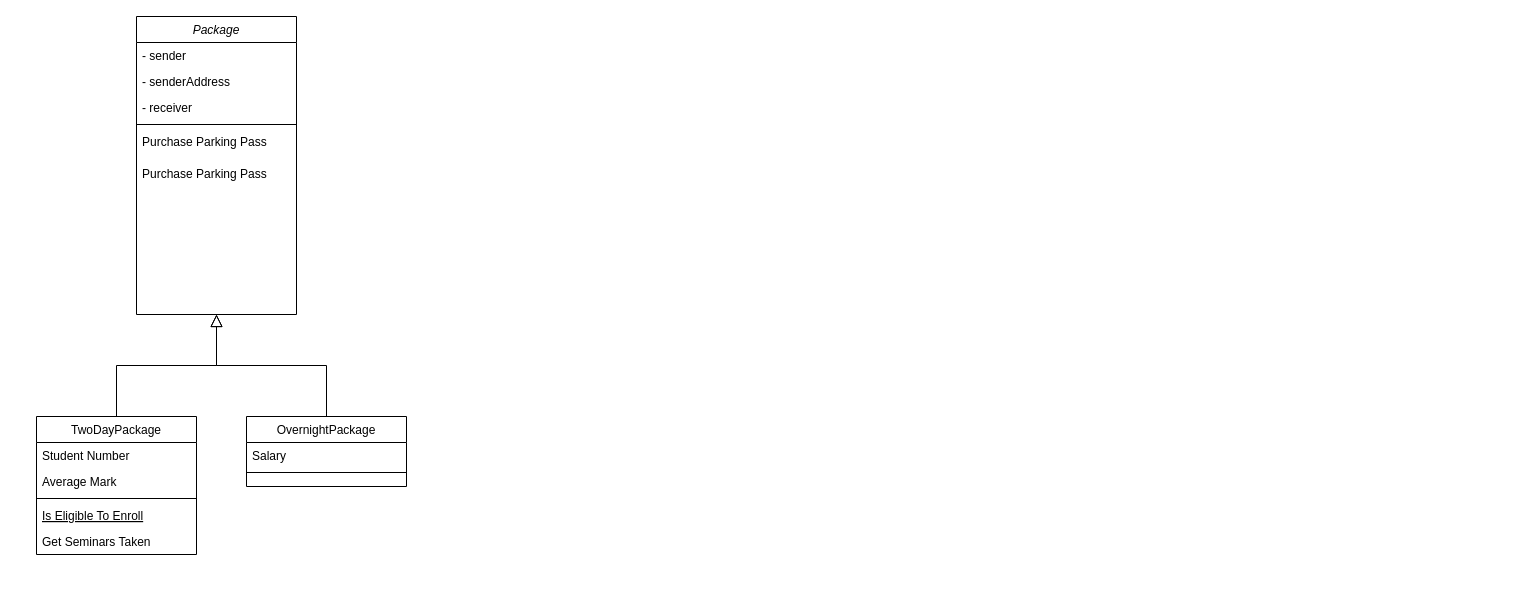
This is Diagrama sin título.drawio from tereresaedo/SoftwareDevelopment, a draw.io file, before an edit. Source tidied: cells renumbered, new cells numbered last; positions are measured from the earlier drawing's top-left corner, leaving out a move shared by most shapes. Both pictures are drawn from the tidied source at 100%, with x=0, y=0 at pixel (36, 16).
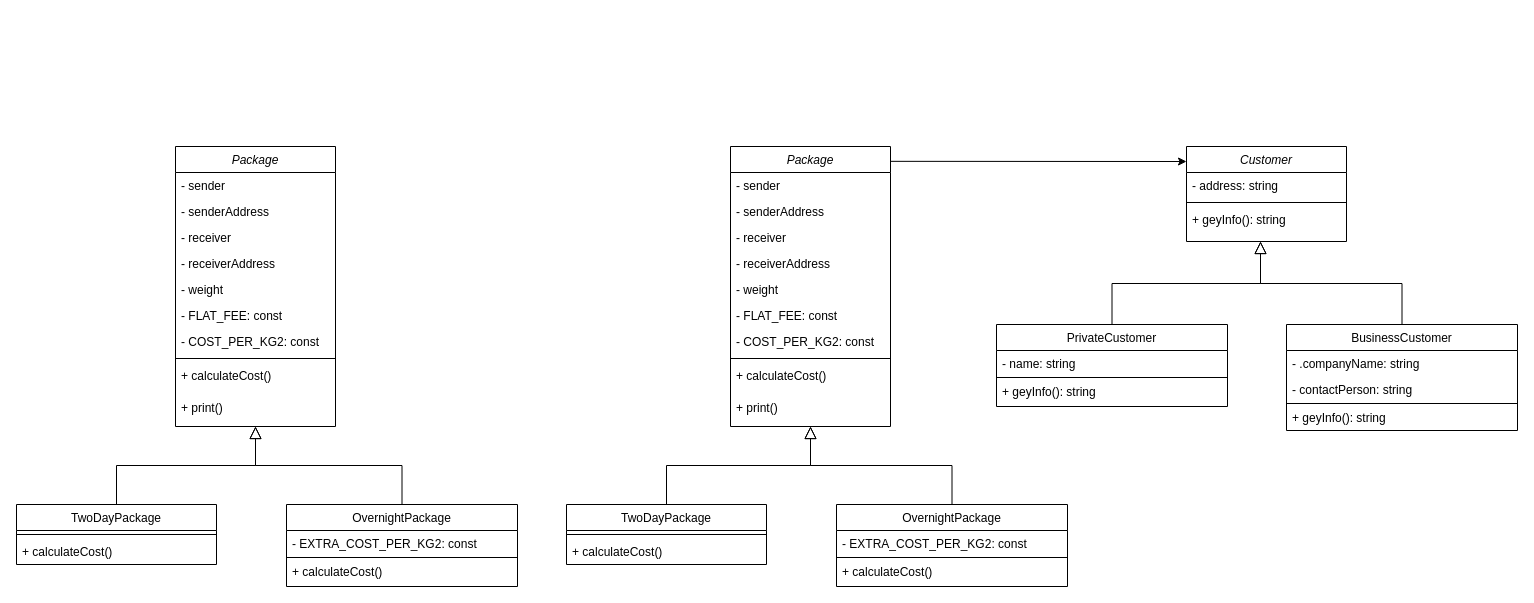
After the change.

The edit, as a diff of the source:
```diff
@@
     <mxCell id="2" value="Package" style="swimlane;fontStyle=2;align=center;verticalAlign=top;horizontal=1;startSize=26;rounded=0;shadow=0;strokeWidth=1;labelBackgroundColor=none;" parent="1" vertex="1">
-      <mxGeometry x="100" width="160" height="298" as="geometry" />
+      <mxGeometry x="139" y="130" width="160" height="280" as="geometry" />
     </mxCell>
@@
+    <mxCell id="20" value="- receiverAddress" style="text;align=left;verticalAlign=top;spacingLeft=4;spacingRight=4;overflow=hidden;labelBackgroundColor=none;" parent="2" vertex="1">
+      <mxGeometry y="104" width="160" height="26" as="geometry" />
+    </mxCell>
+    <mxCell id="21" value="- weight" style="text;align=left;verticalAlign=top;spacingLeft=4;spacingRight=4;overflow=hidden;labelBackgroundColor=none;" parent="2" vertex="1">
+      <mxGeometry y="130" width="160" height="26" as="geometry" />
+    </mxCell>
+    <mxCell id="22" value="- FLAT_FEE: const" style="text;align=left;verticalAlign=top;spacingLeft=4;spacingRight=4;overflow=hidden;labelBackgroundColor=none;" parent="2" vertex="1">
+      <mxGeometry y="156" width="160" height="26" as="geometry" />
+    </mxCell>
+    <mxCell id="23" value="- COST_PER_KG2: const" style="text;align=left;verticalAlign=top;spacingLeft=4;spacingRight=4;overflow=hidden;labelBackgroundColor=none;" parent="2" vertex="1">
+      <mxGeometry y="182" width="160" height="26" as="geometry" />
+    </mxCell>
     <mxCell id="6" style="line;html=1;strokeWidth=1;align=left;verticalAlign=middle;spacingTop=-1;spacingLeft=3;spacingRight=3;labelPosition=right;labelBackgroundColor=none;" parent="2" vertex="1">
-      <mxGeometry y="104" width="160" height="8" as="geometry" />
+      <mxGeometry y="208" width="160" height="8" as="geometry" />
     </mxCell>
-    <mxCell id="7" value="Purchase Parking Pass" style="text;align=left;verticalAlign=top;spacingLeft=4;spacingRight=4;overflow=hidden;labelBackgroundColor=none;" parent="2" vertex="1">
-      <mxGeometry y="112" width="160" height="32" as="geometry" />
-    </mxCell>
-    <mxCell id="8" value="Purchase Parking Pass" style="text;align=left;verticalAlign=top;spacingLeft=4;spacingRight=4;overflow=hidden;labelBackgroundColor=none;" parent="2" vertex="1">
-      <mxGeometry y="144" width="160" height="32" as="geometry" />
-    </mxCell>
+    <mxCell id="24" value="+ calculateCost()" style="text;align=left;verticalAlign=top;spacingLeft=4;spacingRight=4;overflow=hidden;labelBackgroundColor=none;" parent="2" vertex="1">
+      <mxGeometry y="216" width="160" height="32" as="geometry" />
+    </mxCell>
+    <mxCell id="25" value="+ print()" style="text;align=left;verticalAlign=top;spacingLeft=4;spacingRight=4;overflow=hidden;labelBackgroundColor=none;" parent="2" vertex="1">
+      <mxGeometry y="248" width="160" height="32" as="geometry" />
+    </mxCell>
     <mxCell id="9" value="TwoDayPackage" style="swimlane;fontStyle=0;align=center;verticalAlign=top;horizontal=1;startSize=26;rounded=0;shadow=0;strokeWidth=1;labelBackgroundColor=none;" parent="1" vertex="1">
-      <mxGeometry y="400" width="160" height="138" as="geometry" />
+      <mxGeometry x="-20" y="488" width="200" height="60" as="geometry" />
     </mxCell>
-    <mxCell id="10" value="Student Number" style="text;align=left;verticalAlign=top;spacingLeft=4;spacingRight=4;overflow=hidden;labelBackgroundColor=none;" parent="9" vertex="1">
-      <mxGeometry y="26" width="160" height="26" as="geometry" />
-    </mxCell>
-    <mxCell id="11" value="Average Mark" style="text;align=left;verticalAlign=top;spacingLeft=4;spacingRight=4;overflow=hidden;rounded=0;shadow=0;html=0;labelBackgroundColor=none;" parent="9" vertex="1">
-      <mxGeometry y="52" width="160" height="26" as="geometry" />
-    </mxCell>
     <mxCell id="12" style="line;html=1;strokeWidth=1;align=left;verticalAlign=middle;spacingTop=-1;spacingLeft=3;spacingRight=3;labelPosition=right;labelBackgroundColor=none;" parent="9" vertex="1">
-      <mxGeometry y="78" width="160" height="8" as="geometry" />
+      <mxGeometry y="26" width="200" height="8" as="geometry" />
     </mxCell>
-    <mxCell id="13" value="Is Eligible To Enroll" style="text;align=left;verticalAlign=top;spacingLeft=4;spacingRight=4;overflow=hidden;fontStyle=4;labelBackgroundColor=none;" parent="9" vertex="1">
-      <mxGeometry y="86" width="160" height="26" as="geometry" />
+    <mxCell id="13" value="+ calculateCost()" style="text;align=left;verticalAlign=top;spacingLeft=4;spacingRight=4;overflow=hidden;fontStyle=0;labelBackgroundColor=none;" parent="9" vertex="1">
+      <mxGeometry y="34" width="200" height="26" as="geometry" />
     </mxCell>
-    <mxCell id="14" value="Get Seminars Taken" style="text;align=left;verticalAlign=top;spacingLeft=4;spacingRight=4;overflow=hidden;labelBackgroundColor=none;" parent="9" vertex="1">
-      <mxGeometry y="112" width="160" height="26" as="geometry" />
-    </mxCell>
@@
     <mxCell id="16" value="OvernightPackage" style="swimlane;fontStyle=0;align=center;verticalAlign=top;horizontal=1;startSize=26;rounded=0;shadow=0;strokeWidth=1;labelBackgroundColor=none;" parent="1" vertex="1">
-      <mxGeometry x="210" y="400" width="160" height="70" as="geometry" />
+      <mxGeometry x="250" y="488" width="231" height="82" as="geometry" />
     </mxCell>
-    <mxCell id="17" value="Salary" style="text;align=left;verticalAlign=top;spacingLeft=4;spacingRight=4;overflow=hidden;labelBackgroundColor=none;" parent="16" vertex="1">
-      <mxGeometry y="26" width="160" height="26" as="geometry" />
-    </mxCell>
+    <mxCell id="26" value="- EXTRA_COST_PER_KG2: const&#10;" style="text;align=left;verticalAlign=top;spacingLeft=4;spacingRight=4;overflow=hidden;labelBackgroundColor=none;" parent="16" vertex="1">
+      <mxGeometry y="26" width="231" height="26" as="geometry" />
+    </mxCell>
+    <mxCell id="27" style="line;html=1;strokeWidth=1;align=left;verticalAlign=middle;spacingTop=-1;spacingLeft=3;spacingRight=3;labelPosition=right;labelBackgroundColor=none;" parent="16" vertex="1">
+      <mxGeometry y="52" width="231" height="2" as="geometry" />
+    </mxCell>
+    <mxCell id="28" value="+ calculateCost()" style="text;align=left;verticalAlign=top;spacingLeft=4;spacingRight=4;overflow=hidden;labelBackgroundColor=none;" parent="16" vertex="1">
+      <mxGeometry y="54" width="231" height="28" as="geometry" />
+    </mxCell>
+    <mxCell id="19" style="endArrow=block;endSize=10;endFill=0;shadow=0;strokeWidth=1;rounded=0;curved=0;edgeStyle=elbowEdgeStyle;elbow=vertical;labelBackgroundColor=none;fontColor=default;" parent="1" edge="1" source="16" target="2">
+      <mxGeometry relative="1" as="geometry" />
+    </mxCell>
+    <mxCell id="29" value="Package" style="swimlane;fontStyle=2;align=center;verticalAlign=top;horizontal=1;startSize=26;rounded=0;shadow=0;strokeWidth=1;labelBackgroundColor=none;" parent="1" vertex="1">
+      <mxGeometry x="694" y="130" width="160" height="280" as="geometry" />
+    </mxCell>
+    <mxCell id="30" value="- sender" style="text;align=left;verticalAlign=top;spacingLeft=4;spacingRight=4;overflow=hidden;labelBackgroundColor=none;" parent="29" vertex="1">
+      <mxGeometry y="26" width="160" height="26" as="geometry" />
+    </mxCell>
+    <mxCell id="31" value="- senderAddress" style="text;align=left;verticalAlign=top;spacingLeft=4;spacingRight=4;overflow=hidden;rounded=0;shadow=0;html=0;labelBackgroundColor=none;" parent="29" vertex="1">
+      <mxGeometry y="52" width="160" height="26" as="geometry" />
+    </mxCell>
+    <mxCell id="32" value="- receiver" style="text;align=left;verticalAlign=top;spacingLeft=4;spacingRight=4;overflow=hidden;rounded=0;shadow=0;html=0;labelBackgroundColor=none;" parent="29" vertex="1">
+      <mxGeometry y="78" width="160" height="26" as="geometry" />
+    </mxCell>
+    <mxCell id="33" value="- receiverAddress" style="text;align=left;verticalAlign=top;spacingLeft=4;spacingRight=4;overflow=hidden;labelBackgroundColor=none;" parent="29" vertex="1">
+      <mxGeometry y="104" width="160" height="26" as="geometry" />
+    </mxCell>
+    <mxCell id="34" value="- weight" style="text;align=left;verticalAlign=top;spacingLeft=4;spacingRight=4;overflow=hidden;labelBackgroundColor=none;" parent="29" vertex="1">
+      <mxGeometry y="130" width="160" height="26" as="geometry" />
+    </mxCell>
+    <mxCell id="35" value="- FLAT_FEE: const" style="text;align=left;verticalAlign=top;spacingLeft=4;spacingRight=4;overflow=hidden;labelBackgroundColor=none;" parent="29" vertex="1">
+      <mxGeometry y="156" width="160" height="26" as="geometry" />
+    </mxCell>
+    <mxCell id="36" value="- COST_PER_KG2: const" style="text;align=left;verticalAlign=top;spacingLeft=4;spacingRight=4;overflow=hidden;labelBackgroundColor=none;" parent="29" vertex="1">
+      <mxGeometry y="182" width="160" height="26" as="geometry" />
+    </mxCell>
+    <mxCell id="37" style="line;html=1;strokeWidth=1;align=left;verticalAlign=middle;spacingTop=-1;spacingLeft=3;spacingRight=3;labelPosition=right;labelBackgroundColor=none;" parent="29" vertex="1">
+      <mxGeometry y="208" width="160" height="8" as="geometry" />
+    </mxCell>
+    <mxCell id="38" value="+ calculateCost()" style="text;align=left;verticalAlign=top;spacingLeft=4;spacingRight=4;overflow=hidden;labelBackgroundColor=none;" parent="29" vertex="1">
+      <mxGeometry y="216" width="160" height="32" as="geometry" />
+    </mxCell>
+    <mxCell id="39" value="+ print()" style="text;align=left;verticalAlign=top;spacingLeft=4;spacingRight=4;overflow=hidden;labelBackgroundColor=none;" parent="29" vertex="1">
+      <mxGeometry y="248" width="160" height="32" as="geometry" />
+    </mxCell>
+    <mxCell id="40" value="TwoDayPackage" style="swimlane;fontStyle=0;align=center;verticalAlign=top;horizontal=1;startSize=26;rounded=0;shadow=0;strokeWidth=1;labelBackgroundColor=none;" parent="1" vertex="1">
+      <mxGeometry x="530" y="488" width="200" height="60" as="geometry" />
+    </mxCell>
+    <mxCell id="41" style="line;html=1;strokeWidth=1;align=left;verticalAlign=middle;spacingTop=-1;spacingLeft=3;spacingRight=3;labelPosition=right;labelBackgroundColor=none;" parent="40" vertex="1">
+      <mxGeometry y="26" width="200" height="8" as="geometry" />
+    </mxCell>
+    <mxCell id="42" value="+ calculateCost()" style="text;align=left;verticalAlign=top;spacingLeft=4;spacingRight=4;overflow=hidden;fontStyle=0;labelBackgroundColor=none;" parent="40" vertex="1">
+      <mxGeometry y="34" width="200" height="26" as="geometry" />
+    </mxCell>
+    <mxCell id="43" style="endArrow=block;endSize=10;endFill=0;shadow=0;strokeWidth=1;rounded=0;curved=0;edgeStyle=elbowEdgeStyle;elbow=vertical;labelBackgroundColor=none;fontColor=default;" parent="1" edge="1" source="40" target="29">
+      <mxGeometry relative="1" as="geometry" />
+    </mxCell>
+    <mxCell id="44" value="OvernightPackage" style="swimlane;fontStyle=0;align=center;verticalAlign=top;horizontal=1;startSize=26;rounded=0;shadow=0;strokeWidth=1;labelBackgroundColor=none;" parent="1" vertex="1">
+      <mxGeometry x="800" y="488" width="231" height="82" as="geometry" />
+    </mxCell>
+    <mxCell id="45" value="- EXTRA_COST_PER_KG2: const&#10;" style="text;align=left;verticalAlign=top;spacingLeft=4;spacingRight=4;overflow=hidden;labelBackgroundColor=none;" parent="44" vertex="1">
+      <mxGeometry y="26" width="231" height="26" as="geometry" />
+    </mxCell>
+    <mxCell id="46" style="line;html=1;strokeWidth=1;align=left;verticalAlign=middle;spacingTop=-1;spacingLeft=3;spacingRight=3;labelPosition=right;labelBackgroundColor=none;" parent="44" vertex="1">
+      <mxGeometry y="52" width="231" height="2" as="geometry" />
+    </mxCell>
+    <mxCell id="47" value="+ calculateCost()" style="text;align=left;verticalAlign=top;spacingLeft=4;spacingRight=4;overflow=hidden;labelBackgroundColor=none;" parent="44" vertex="1">
+      <mxGeometry y="54" width="231" height="28" as="geometry" />
+    </mxCell>
+    <mxCell id="48" style="endArrow=block;endSize=10;endFill=0;shadow=0;strokeWidth=1;rounded=0;curved=0;edgeStyle=elbowEdgeStyle;elbow=vertical;labelBackgroundColor=none;fontColor=default;" parent="1" edge="1" source="44" target="29">
+      <mxGeometry relative="1" as="geometry" />
+    </mxCell>
+    <mxCell id="49" value="Customer" style="swimlane;fontStyle=2;align=center;verticalAlign=top;horizontal=1;startSize=26;rounded=0;shadow=0;strokeWidth=1;labelBackgroundColor=none;" parent="1" vertex="1">
+      <mxGeometry x="1150" y="130" width="160" height="95" as="geometry" />
+    </mxCell>
+    <mxCell id="50" value="- address: string" style="text;align=left;verticalAlign=top;spacingLeft=4;spacingRight=4;overflow=hidden;labelBackgroundColor=none;" parent="49" vertex="1">
+      <mxGeometry y="26" width="160" height="26" as="geometry" />
+    </mxCell>
-    <mxCell id="18" style="line;html=1;strokeWidth=1;align=left;verticalAlign=middle;spacingTop=-1;spacingLeft=3;spacingRight=3;labelPosition=right;labelBackgroundColor=none;" parent="16" vertex="1">
+    <mxCell id="18" style="line;html=1;strokeWidth=1;align=left;verticalAlign=middle;spacingTop=-1;spacingLeft=3;spacingRight=3;labelPosition=right;labelBackgroundColor=none;" parent="49" vertex="1">
       <mxGeometry y="52" width="160" height="8" as="geometry" />
     </mxCell>
-    <mxCell id="19" style="endArrow=block;endSize=10;endFill=0;shadow=0;strokeWidth=1;rounded=0;curved=0;edgeStyle=elbowEdgeStyle;elbow=vertical;labelBackgroundColor=none;fontColor=default;" parent="1" edge="1" source="16" target="2">
-      <mxGeometry relative="1" as="geometry" />
-    </mxCell>
+    <mxCell id="51" value="+ geyInfo(): string" style="text;align=left;verticalAlign=top;spacingLeft=4;spacingRight=4;overflow=hidden;labelBackgroundColor=none;" parent="49" vertex="1">
+      <mxGeometry y="60" width="160" height="26" as="geometry" />
+    </mxCell>
+    <mxCell id="52" style="endArrow=classic;html=1;rounded=0;exitX=1.001;exitY=0.053;exitDx=0;exitDy=0;exitPerimeter=0;" parent="1" edge="1" source="29">
+      <mxGeometry relative="1" as="geometry">
+        <mxPoint x="1150" y="145" as="targetPoint" />
+      </mxGeometry>
+    </mxCell>
+    <mxCell id="53" value="PrivateCustomer" style="swimlane;fontStyle=0;align=center;verticalAlign=top;horizontal=1;startSize=26;rounded=0;shadow=0;strokeWidth=1;labelBackgroundColor=none;" parent="1" vertex="1">
+      <mxGeometry x="960" y="308" width="231" height="82" as="geometry" />
+    </mxCell>
+    <mxCell id="54" value="- name: string" style="text;align=left;verticalAlign=top;spacingLeft=4;spacingRight=4;overflow=hidden;labelBackgroundColor=none;" parent="53" vertex="1">
+      <mxGeometry y="26" width="231" height="26" as="geometry" />
+    </mxCell>
+    <mxCell id="55" style="line;html=1;strokeWidth=1;align=left;verticalAlign=middle;spacingTop=-1;spacingLeft=3;spacingRight=3;labelPosition=right;labelBackgroundColor=none;" parent="53" vertex="1">
+      <mxGeometry y="52" width="231" height="2" as="geometry" />
+    </mxCell>
+    <mxCell id="56" value="+ geyInfo(): string" style="text;align=left;verticalAlign=top;spacingLeft=4;spacingRight=4;overflow=hidden;labelBackgroundColor=none;" parent="53" vertex="1">
+      <mxGeometry y="54" width="231" height="26" as="geometry" />
+    </mxCell>
+    <mxCell id="57" value="BusinessCustomer" style="swimlane;fontStyle=0;align=center;verticalAlign=top;horizontal=1;startSize=26;rounded=0;shadow=0;strokeWidth=1;labelBackgroundColor=none;" parent="1" vertex="1">
+      <mxGeometry x="1250" y="308" width="231" height="106" as="geometry" />
+    </mxCell>
+    <mxCell id="58" value="- .companyName: string" style="text;align=left;verticalAlign=top;spacingLeft=4;spacingRight=4;overflow=hidden;labelBackgroundColor=none;" parent="57" vertex="1">
+      <mxGeometry y="26" width="231" height="26" as="geometry" />
+    </mxCell>
+    <mxCell id="59" value="- contactPerson: string" style="text;align=left;verticalAlign=top;spacingLeft=4;spacingRight=4;overflow=hidden;labelBackgroundColor=none;" parent="57" vertex="1">
+      <mxGeometry y="52" width="231" height="26" as="geometry" />
+    </mxCell>
+    <mxCell id="60" style="line;html=1;strokeWidth=1;align=left;verticalAlign=middle;spacingTop=-1;spacingLeft=3;spacingRight=3;labelPosition=right;labelBackgroundColor=none;" parent="57" vertex="1">
+      <mxGeometry y="78" width="231" height="2" as="geometry" />
+    </mxCell>
+    <mxCell id="61" value="+ geyInfo(): string" style="text;align=left;verticalAlign=top;spacingLeft=4;spacingRight=4;overflow=hidden;labelBackgroundColor=none;" parent="57" vertex="1">
+      <mxGeometry y="80" width="231" height="26" as="geometry" />
+    </mxCell>
+    <mxCell id="62" style="endArrow=block;endSize=10;endFill=0;shadow=0;strokeWidth=1;rounded=0;curved=0;edgeStyle=elbowEdgeStyle;elbow=vertical;labelBackgroundColor=none;fontColor=default;" parent="1" edge="1" source="53">
+      <mxGeometry relative="1" as="geometry">
+        <mxPoint x="1224" y="225" as="targetPoint" />
+      </mxGeometry>
+    </mxCell>
+    <mxCell id="63" style="endArrow=block;endSize=10;endFill=0;shadow=0;strokeWidth=1;rounded=0;curved=0;edgeStyle=elbowEdgeStyle;elbow=vertical;labelBackgroundColor=none;fontColor=default;" parent="1" edge="1" source="57">
+      <mxGeometry relative="1" as="geometry">
+        <mxPoint x="1224" y="225" as="targetPoint" />
+      </mxGeometry>
+    </mxCell>
```
